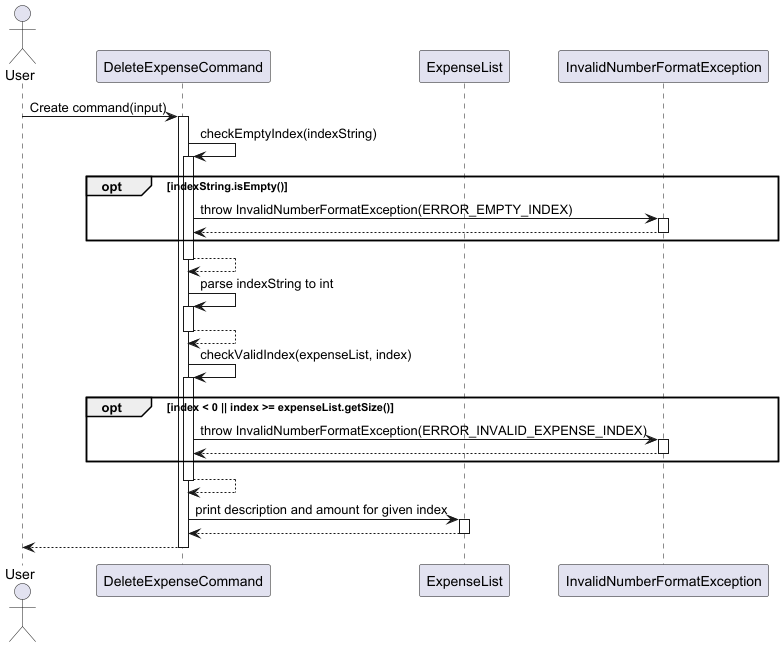
This is docs/diagrams/DeleteExpenseCommandSequence.png from thienkimtranhoang/tp, a PlantUML export, as it was before one commit.
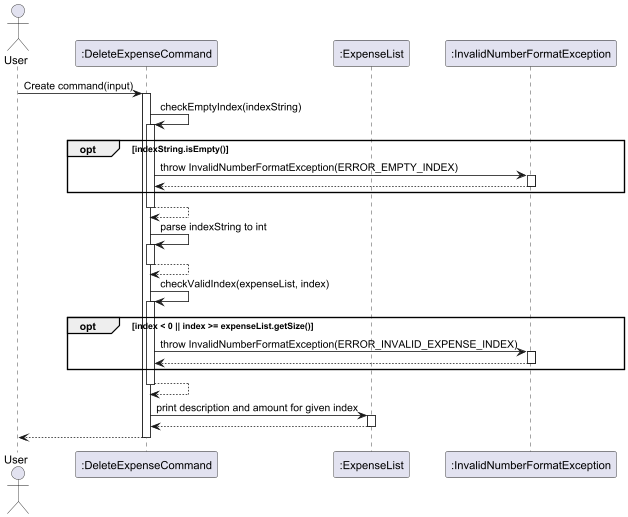
Above is the later version.

The edit, as a diff of the source:
```diff
@@ -1,8 +1,8 @@
 @startuml
 actor User
-participant "DeleteExpenseCommand" as DeleteExpenseCommand
-participant "ExpenseList" as ExpenseList
-participant "InvalidNumberFormatException" as InvalidNumberFormatException
+participant ":DeleteExpenseCommand" as DeleteExpenseCommand
+participant ":ExpenseList" as ExpenseList
+participant ":InvalidNumberFormatException" as InvalidNumberFormatException
 
 User -> DeleteExpenseCommand: Create command(input)
 activate DeleteExpenseCommand
```
